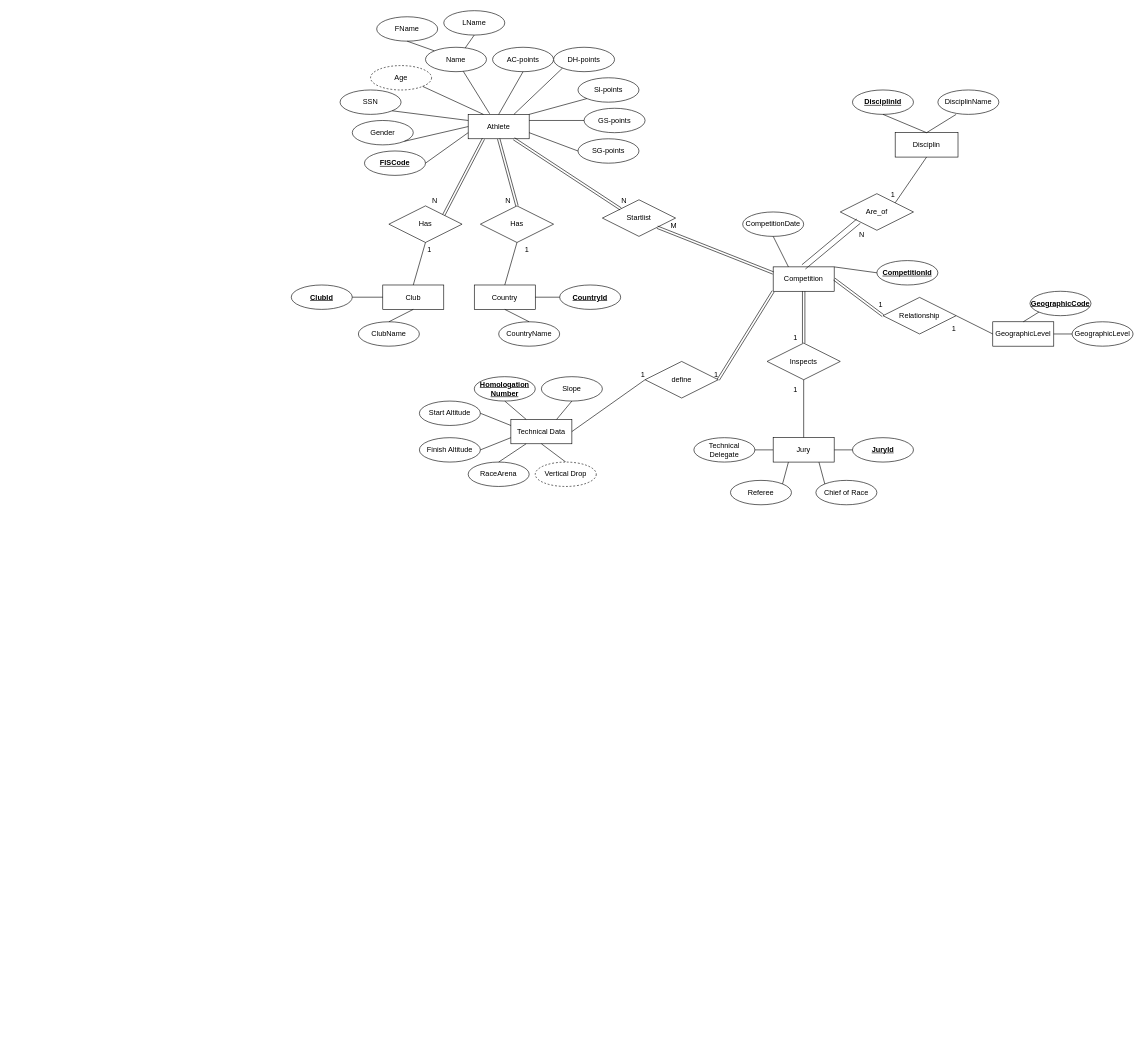
edlu2100/databaser_projekt keeps this draw.io diagram as ER.drawio. Above is the earlier version. Source tidied: cells renumbered, new cells numbered last; positions are measured from the earlier drawing's top-left corner, leaving out a move shared by most shapes. Both pictures are drawn from the tidied source at 61%, with x=0, y=0 at pixel (291, 10).
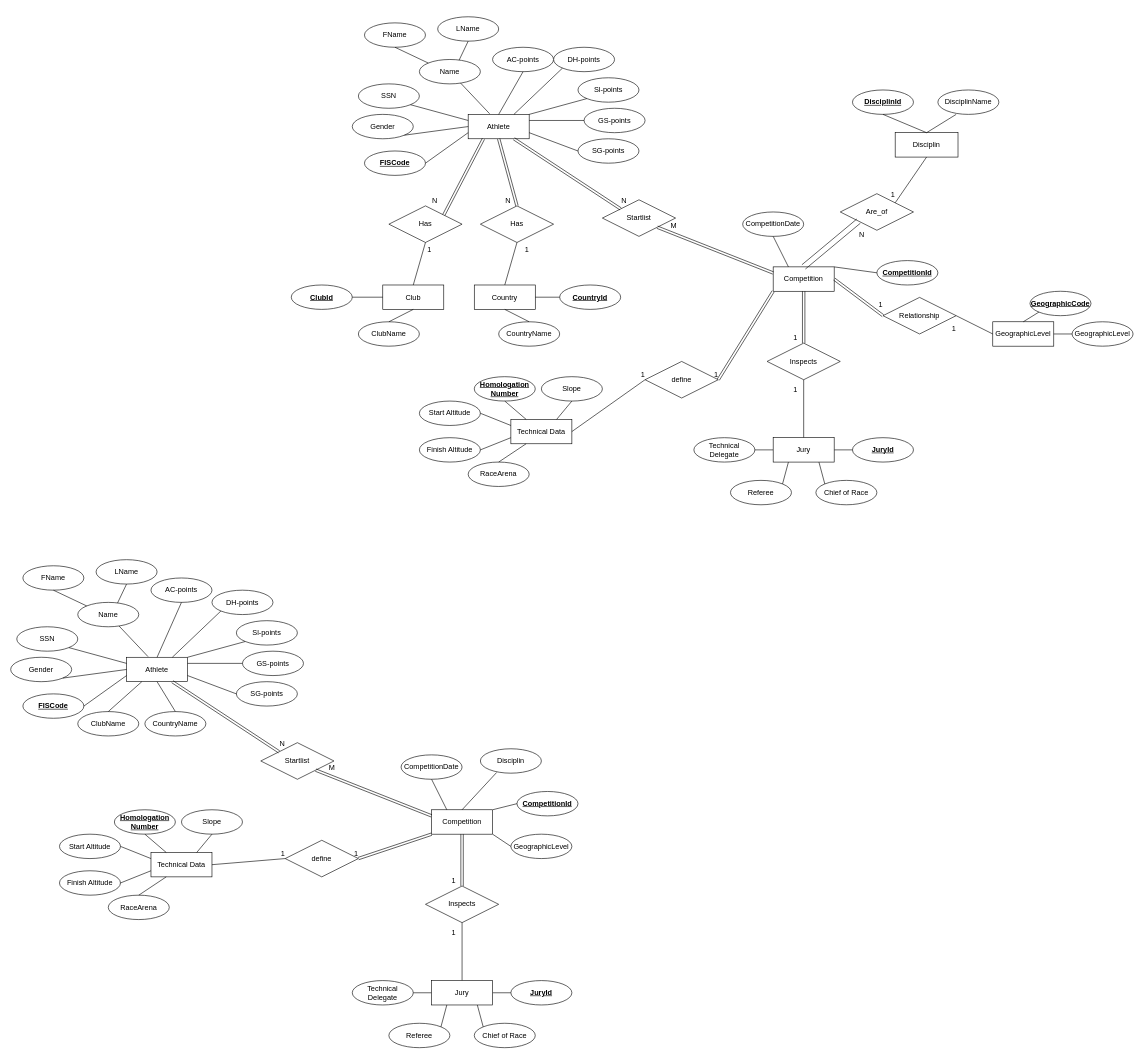
The same page after the edit.

Unchanged cells that the change refers to:
```xml
<mxCell id="2" value="Athlete" style="whiteSpace=wrap;html=1;align=center;" parent="1" vertex="1">
  <mxGeometry x="290" y="170" width="100" height="40" as="geometry" />
</mxCell>
<mxCell id="15" value="Technical Data" style="whiteSpace=wrap;html=1;align=center;" parent="1" vertex="1">
  <mxGeometry x="360" y="670" width="100" height="40" as="geometry" />
</mxCell>
```

The edit, as a diff of the source:
```diff
@@
     <mxCell id="4" value="SSN" style="ellipse;whiteSpace=wrap;html=1;align=center;" parent="1" vertex="1">
-      <mxGeometry x="80" y="130" width="100" height="40" as="geometry" />
+      <mxGeometry x="110" y="120" width="100" height="40" as="geometry" />
     </mxCell>
@@
-    <mxCell id="34" style="endArrow=none;html=1;rounded=0;entryX=0.5;entryY=1;entryDx=0;entryDy=0;exitX=0.5;exitY=0;exitDx=0;exitDy=0;" parent="1" edge="1" source="101" target="15">
-      <mxGeometry relative="1" as="geometry" />
-    </mxCell>
-    <mxCell id="35" value="Age" style="ellipse;whiteSpace=wrap;html=1;align=center;dashed=1;" parent="1" vertex="1">
-      <mxGeometry x="130" y="90" width="100" height="40" as="geometry" />
-    </mxCell>
     <mxCell id="36" value="Gender" style="ellipse;whiteSpace=wrap;html=1;align=center;" parent="1" vertex="1">
-      <mxGeometry x="100" y="180" width="100" height="40" as="geometry" />
+      <mxGeometry x="100" y="170" width="100" height="40" as="geometry" />
     </mxCell>
@@
-    <mxCell id="69" style="endArrow=none;html=1;rounded=0;entryX=0.25;entryY=0;entryDx=0;entryDy=0;exitX=1;exitY=1;exitDx=0;exitDy=0;" parent="1" edge="1" source="35" target="2">
-      <mxGeometry relative="1" as="geometry" />
-    </mxCell>
@@
     <mxCell id="95" value="Name" style="ellipse;whiteSpace=wrap;html=1;align=center;" parent="1" vertex="1">
-      <mxGeometry x="220" y="60" width="100" height="40" as="geometry" />
+      <mxGeometry x="210" y="80" width="100" height="40" as="geometry" />
     </mxCell>
     <mxCell id="96" value="LName" style="ellipse;whiteSpace=wrap;html=1;align=center;" parent="1" vertex="1">
-      <mxGeometry x="250" width="100" height="40" as="geometry" />
+      <mxGeometry x="240" y="10" width="100" height="40" as="geometry" />
     </mxCell>
     <mxCell id="97" value="FName" style="ellipse;whiteSpace=wrap;html=1;align=center;" parent="1" vertex="1">
-      <mxGeometry x="140" y="10" width="100" height="40" as="geometry" />
+      <mxGeometry x="120" y="20" width="100" height="40" as="geometry" />
     </mxCell>
@@
-    <mxCell id="101" value="Vertical Drop" style="ellipse;whiteSpace=wrap;html=1;align=center;dashed=1;" parent="1" vertex="1">
-      <mxGeometry x="400" y="740" width="100" height="40" as="geometry" />
-    </mxCell>
@@
+    <mxCell id="109" value="Athlete" style="whiteSpace=wrap;html=1;align=center;" parent="1" vertex="1">
+      <mxGeometry x="-270" y="1060" width="100" height="40" as="geometry" />
+    </mxCell>
+    <mxCell id="110" value="&lt;b&gt;&lt;u&gt;FISCode&lt;/u&gt;&lt;/b&gt;" style="ellipse;whiteSpace=wrap;html=1;align=center;" parent="1" vertex="1">
+      <mxGeometry x="-440" y="1120" width="100" height="40" as="geometry" />
+    </mxCell>
+    <mxCell id="111" value="SSN" style="ellipse;whiteSpace=wrap;html=1;align=center;" parent="1" vertex="1">
+      <mxGeometry x="-450" y="1010" width="100" height="40" as="geometry" />
+    </mxCell>
+    <mxCell id="112" value="Sl-points" style="ellipse;whiteSpace=wrap;html=1;align=center;" parent="1" vertex="1">
+      <mxGeometry x="-90" y="1000" width="100" height="40" as="geometry" />
+    </mxCell>
+    <mxCell id="113" value="GS-points" style="ellipse;whiteSpace=wrap;html=1;align=center;" parent="1" vertex="1">
+      <mxGeometry x="-80" y="1050" width="100" height="40" as="geometry" />
+    </mxCell>
+    <mxCell id="114" value="SG-points" style="ellipse;whiteSpace=wrap;html=1;align=center;" parent="1" vertex="1">
+      <mxGeometry x="-90" y="1100" width="100" height="40" as="geometry" />
+    </mxCell>
+    <mxCell id="115" value="DH-points" style="ellipse;whiteSpace=wrap;html=1;align=center;" parent="1" vertex="1">
+      <mxGeometry x="-130" y="950" width="100" height="40" as="geometry" />
+    </mxCell>
+    <mxCell id="116" value="AC-points" style="ellipse;whiteSpace=wrap;html=1;align=center;" parent="1" vertex="1">
+      <mxGeometry x="-230" y="930" width="100" height="40" as="geometry" />
+    </mxCell>
+    <mxCell id="117" value="Competition" style="whiteSpace=wrap;html=1;align=center;" parent="1" vertex="1">
+      <mxGeometry x="230" y="1310" width="100" height="40" as="geometry" />
+    </mxCell>
+    <mxCell id="118" value="Slope" style="ellipse;whiteSpace=wrap;html=1;align=center;" parent="1" vertex="1">
+      <mxGeometry x="-180" y="1310" width="100" height="40" as="geometry" />
+    </mxCell>
+    <mxCell id="119" value="Technical Delegate" style="ellipse;whiteSpace=wrap;html=1;align=center;" parent="1" vertex="1">
+      <mxGeometry x="100" y="1590" width="100" height="40" as="geometry" />
+    </mxCell>
+    <mxCell id="120" value="Referee" style="ellipse;whiteSpace=wrap;html=1;align=center;" parent="1" vertex="1">
+      <mxGeometry x="160" y="1660" width="100" height="40" as="geometry" />
+    </mxCell>
+    <mxCell id="121" value="Chief&amp;nbsp;of Race" style="ellipse;whiteSpace=wrap;html=1;align=center;" parent="1" vertex="1">
+      <mxGeometry x="300" y="1660" width="100" height="40" as="geometry" />
+    </mxCell>
+    <mxCell id="122" value="Technical Data" style="whiteSpace=wrap;html=1;align=center;" parent="1" vertex="1">
+      <mxGeometry x="-230" y="1380" width="100" height="40" as="geometry" />
+    </mxCell>
+    <mxCell id="123" value="&lt;b&gt;&lt;u&gt;CompetitionId&lt;/u&gt;&lt;/b&gt;" style="ellipse;whiteSpace=wrap;html=1;align=center;" parent="1" vertex="1">
+      <mxGeometry x="370" y="1280" width="100" height="40" as="geometry" />
+    </mxCell>
+    <mxCell id="124" value="&lt;b&gt;&lt;u&gt;JuryId&lt;/u&gt;&lt;/b&gt;" style="ellipse;whiteSpace=wrap;html=1;align=center;" parent="1" vertex="1">
+      <mxGeometry x="360" y="1590" width="100" height="40" as="geometry" />
+    </mxCell>
+    <mxCell id="125" value="CompetitionDate" style="ellipse;whiteSpace=wrap;html=1;align=center;" parent="1" vertex="1">
+      <mxGeometry x="180" y="1220" width="100" height="40" as="geometry" />
+    </mxCell>
+    <mxCell id="126" value="&lt;b&gt;&lt;u&gt;Homologation Number&lt;/u&gt;&lt;/b&gt;" style="ellipse;whiteSpace=wrap;html=1;align=center;" parent="1" vertex="1">
+      <mxGeometry x="-290" y="1310" width="100" height="40" as="geometry" />
+    </mxCell>
+    <mxCell id="127" value="Start Altitude" style="ellipse;whiteSpace=wrap;html=1;align=center;" parent="1" vertex="1">
+      <mxGeometry x="-380" y="1350" width="100" height="40" as="geometry" />
+    </mxCell>
+    <mxCell id="128" value="Finish Altitude" style="ellipse;whiteSpace=wrap;html=1;align=center;" parent="1" vertex="1">
+      <mxGeometry x="-380" y="1410" width="100" height="40" as="geometry" />
+    </mxCell>
+    <mxCell id="129" style="endArrow=none;html=1;rounded=0;entryX=0.5;entryY=1;entryDx=0;entryDy=0;exitX=0.5;exitY=0;exitDx=0;exitDy=0;" parent="1" edge="1" source="109" target="116">
+      <mxGeometry relative="1" as="geometry" />
+    </mxCell>
+    <mxCell id="130" style="endArrow=none;html=1;rounded=0;entryX=0.75;entryY=0;entryDx=0;entryDy=0;exitX=0;exitY=1;exitDx=0;exitDy=0;" parent="1" edge="1" source="115" target="109">
+      <mxGeometry relative="1" as="geometry" />
+    </mxCell>
+    <mxCell id="131" style="endArrow=none;html=1;rounded=0;entryX=1;entryY=0;entryDx=0;entryDy=0;exitX=0;exitY=1;exitDx=0;exitDy=0;" parent="1" edge="1" source="112" target="109">
+      <mxGeometry relative="1" as="geometry" />
+    </mxCell>
+    <mxCell id="132" style="endArrow=none;html=1;rounded=0;exitX=0;exitY=0.5;exitDx=0;exitDy=0;entryX=1;entryY=0.25;entryDx=0;entryDy=0;" parent="1" edge="1" source="113" target="109">
+      <mxGeometry relative="1" as="geometry" />
+    </mxCell>
+    <mxCell id="133" style="endArrow=none;html=1;rounded=0;entryX=1;entryY=0.75;entryDx=0;entryDy=0;exitX=0;exitY=0.5;exitDx=0;exitDy=0;" parent="1" edge="1" source="114" target="109">
+      <mxGeometry relative="1" as="geometry" />
+    </mxCell>
+    <mxCell id="134" style="endArrow=none;html=1;rounded=0;exitX=0;exitY=0.5;exitDx=0;exitDy=0;" parent="1" edge="1">
+      <mxGeometry relative="1" as="geometry">
+        <mxPoint x="230" y="1610" as="sourcePoint" />
+        <mxPoint x="200" y="1610" as="targetPoint" />
+        <Array as="points">
+          <mxPoint x="200" y="1610" />
+        </Array>
+      </mxGeometry>
+    </mxCell>
+    <mxCell id="135" style="endArrow=none;html=1;rounded=0;entryX=0;entryY=0.5;entryDx=0;entryDy=0;exitX=1;exitY=0.5;exitDx=0;exitDy=0;" parent="1" edge="1" target="124">
+      <mxGeometry relative="1" as="geometry">
+        <mxPoint x="330" y="1610" as="sourcePoint" />
+      </mxGeometry>
+    </mxCell>
+    <mxCell id="136" style="endArrow=none;html=1;rounded=0;exitX=0.75;exitY=1;exitDx=0;exitDy=0;entryX=0;entryY=0;entryDx=0;entryDy=0;" parent="1" edge="1" target="121">
+      <mxGeometry relative="1" as="geometry">
+        <mxPoint x="305" y="1630" as="sourcePoint" />
+      </mxGeometry>
+    </mxCell>
+    <mxCell id="137" style="endArrow=none;html=1;rounded=0;entryX=1;entryY=0;entryDx=0;entryDy=0;exitX=0.25;exitY=1;exitDx=0;exitDy=0;" parent="1" edge="1" target="120">
+      <mxGeometry relative="1" as="geometry">
+        <mxPoint x="255" y="1630" as="sourcePoint" />
+      </mxGeometry>
+    </mxCell>
+    <mxCell id="138" style="endArrow=none;html=1;rounded=0;exitX=0.5;exitY=1;exitDx=0;exitDy=0;entryX=0.25;entryY=0;entryDx=0;entryDy=0;" parent="1" edge="1" source="126" target="122">
+      <mxGeometry relative="1" as="geometry" />
+    </mxCell>
+    <mxCell id="139" style="endArrow=none;html=1;rounded=0;exitX=1;exitY=0.5;exitDx=0;exitDy=0;entryX=0;entryY=0.25;entryDx=0;entryDy=0;" parent="1" edge="1" source="127" target="122">
+      <mxGeometry relative="1" as="geometry" />
+    </mxCell>
+    <mxCell id="140" style="endArrow=none;html=1;rounded=0;exitX=1;exitY=0.5;exitDx=0;exitDy=0;entryX=0;entryY=0.75;entryDx=0;entryDy=0;" parent="1" edge="1" source="128" target="122">
+      <mxGeometry relative="1" as="geometry" />
+    </mxCell>
+    <mxCell id="141" value="Gender" style="ellipse;whiteSpace=wrap;html=1;align=center;" parent="1" vertex="1">
+      <mxGeometry x="-460" y="1060" width="100" height="40" as="geometry" />
+    </mxCell>
+    <mxCell id="142" value="ClubName" style="ellipse;whiteSpace=wrap;html=1;align=center;" parent="1" vertex="1">
+      <mxGeometry x="-350" y="1149" width="100" height="40" as="geometry" />
+    </mxCell>
+    <mxCell id="143" value="GeographicLevel" style="ellipse;whiteSpace=wrap;html=1;align=center;" parent="1" vertex="1">
+      <mxGeometry x="360" y="1350" width="100" height="40" as="geometry" />
+    </mxCell>
+    <mxCell id="144" style="endArrow=none;html=1;rounded=0;entryX=1;entryY=1;entryDx=0;entryDy=0;exitX=0;exitY=0.5;exitDx=0;exitDy=0;" parent="1" edge="1" source="143" target="117">
+      <mxGeometry relative="1" as="geometry" />
+    </mxCell>
+    <mxCell id="145" value="define" style="shape=rhombus;perimeter=rhombusPerimeter;whiteSpace=wrap;html=1;align=center;" parent="1" vertex="1">
+      <mxGeometry x="-10" y="1360" width="120" height="60" as="geometry" />
+    </mxCell>
+    <mxCell id="146" value="Inspects" style="shape=rhombus;perimeter=rhombusPerimeter;whiteSpace=wrap;html=1;align=center;" parent="1" vertex="1">
+      <mxGeometry x="220" y="1435" width="120" height="60" as="geometry" />
+    </mxCell>
+    <mxCell id="147" value="Startlist" style="shape=rhombus;perimeter=rhombusPerimeter;whiteSpace=wrap;html=1;align=center;rotation=0;" parent="1" vertex="1">
+      <mxGeometry x="-50" y="1200" width="120" height="60" as="geometry" />
+    </mxCell>
+    <mxCell id="148" style="shape=link;html=1;rounded=0;entryX=1;entryY=0.5;entryDx=0;entryDy=0;exitX=0;exitY=1;exitDx=0;exitDy=0;" parent="1" edge="1" source="117" target="145">
+      <mxGeometry relative="1" as="geometry" />
+    </mxCell>
+    <mxCell id="149" value="1" style="html=1;align=right;verticalAlign=bottom;" parent="148" vertex="1">
+      <mxGeometry x="1" relative="1" as="geometry" />
+    </mxCell>
+    <mxCell id="150" style="endArrow=none;html=1;rounded=0;entryX=0;entryY=0.5;entryDx=0;entryDy=0;exitX=1;exitY=0.5;exitDx=0;exitDy=0;" parent="1" edge="1" source="122" target="145">
+      <mxGeometry relative="1" as="geometry" />
+    </mxCell>
+    <mxCell id="151" value="1" style="html=1;align=right;verticalAlign=bottom;" parent="150" vertex="1">
+      <mxGeometry x="1" relative="1" as="geometry" />
+    </mxCell>
+    <mxCell id="152" style="shape=link;html=1;rounded=0;entryX=0.5;entryY=0;entryDx=0;entryDy=0;exitX=0.5;exitY=1;exitDx=0;exitDy=0;" parent="1" edge="1" source="117" target="146">
+      <mxGeometry relative="1" as="geometry" />
+    </mxCell>
+    <mxCell id="153" value="1" style="html=1;align=right;verticalAlign=bottom;" parent="152" vertex="1">
+      <mxGeometry x="1" relative="1" as="geometry">
+        <mxPoint x="-10" as="offset" />
+      </mxGeometry>
+    </mxCell>
+    <mxCell id="154" style="endArrow=none;html=1;rounded=0;entryX=0.5;entryY=1;entryDx=0;entryDy=0;exitX=0.5;exitY=0;exitDx=0;exitDy=0;" parent="1" edge="1" target="146">
+      <mxGeometry relative="1" as="geometry">
+        <mxPoint x="280" y="1590" as="sourcePoint" />
+      </mxGeometry>
+    </mxCell>
+    <mxCell id="155" value="1" style="html=1;align=right;verticalAlign=bottom;" parent="154" vertex="1">
+      <mxGeometry x="1" relative="1" as="geometry">
+        <mxPoint x="-10" y="25" as="offset" />
+      </mxGeometry>
+    </mxCell>
+    <mxCell id="156" style="endArrow=none;html=1;rounded=0;exitX=0;exitY=0.5;exitDx=0;exitDy=0;entryX=1;entryY=0;entryDx=0;entryDy=0;" parent="1" edge="1" source="123" target="117">
+      <mxGeometry relative="1" as="geometry" />
+    </mxCell>
+    <mxCell id="157" style="endArrow=none;html=1;rounded=0;exitX=0.5;exitY=1;exitDx=0;exitDy=0;entryX=0.25;entryY=0;entryDx=0;entryDy=0;" parent="1" edge="1" source="125" target="117">
+      <mxGeometry relative="1" as="geometry" />
+    </mxCell>
+    <mxCell id="158" style="endArrow=none;html=1;rounded=0;exitX=0.5;exitY=1;exitDx=0;exitDy=0;entryX=0.75;entryY=0;entryDx=0;entryDy=0;" parent="1" edge="1" source="118" target="122">
+      <mxGeometry relative="1" as="geometry" />
+    </mxCell>
+    <mxCell id="159" value="CountryName" style="ellipse;whiteSpace=wrap;html=1;align=center;" parent="1" vertex="1">
+      <mxGeometry x="-240" y="1149" width="100" height="40" as="geometry" />
+    </mxCell>
+    <mxCell id="160" style="endArrow=none;html=1;rounded=0;entryX=0;entryY=0.75;entryDx=0;entryDy=0;exitX=1;exitY=0.5;exitDx=0;exitDy=0;" parent="1" edge="1" source="110" target="109">
+      <mxGeometry relative="1" as="geometry" />
+    </mxCell>
+    <mxCell id="161" style="endArrow=none;html=1;rounded=0;exitX=1;exitY=1;exitDx=0;exitDy=0;entryX=0;entryY=0.5;entryDx=0;entryDy=0;" parent="1" edge="1" source="141" target="109">
+      <mxGeometry relative="1" as="geometry" />
+    </mxCell>
+    <mxCell id="162" style="endArrow=none;html=1;rounded=0;entryX=0;entryY=0.25;entryDx=0;entryDy=0;exitX=1;exitY=1;exitDx=0;exitDy=0;" parent="1" edge="1" source="111" target="109">
+      <mxGeometry relative="1" as="geometry" />
+    </mxCell>
+    <mxCell id="163" style="endArrow=none;html=1;rounded=0;entryX=0.5;entryY=0;entryDx=0;entryDy=0;exitX=0.5;exitY=1;exitDx=0;exitDy=0;" parent="1" edge="1" source="109" target="159">
+      <mxGeometry relative="1" as="geometry" />
+    </mxCell>
+    <mxCell id="164" value="Disciplin" style="ellipse;whiteSpace=wrap;html=1;align=center;" parent="1" vertex="1">
+      <mxGeometry x="310" y="1210" width="100" height="40" as="geometry" />
+    </mxCell>
+    <mxCell id="165" style="endArrow=none;html=1;rounded=0;exitX=0.5;exitY=0;exitDx=0;exitDy=0;entryX=0.267;entryY=0.971;entryDx=0;entryDy=0;entryPerimeter=0;" parent="1" edge="1" source="117" target="164">
+      <mxGeometry relative="1" as="geometry" />
+    </mxCell>
+    <mxCell id="166" style="endArrow=none;html=1;rounded=0;entryX=0.5;entryY=0;entryDx=0;entryDy=0;exitX=0.25;exitY=1;exitDx=0;exitDy=0;" parent="1" edge="1" source="109" target="142">
+      <mxGeometry relative="1" as="geometry" />
+    </mxCell>
+    <mxCell id="167" value="Name" style="ellipse;whiteSpace=wrap;html=1;align=center;" parent="1" vertex="1">
+      <mxGeometry x="-350" y="970" width="100" height="40" as="geometry" />
+    </mxCell>
+    <mxCell id="168" value="LName" style="ellipse;whiteSpace=wrap;html=1;align=center;" parent="1" vertex="1">
+      <mxGeometry x="-320" y="900" width="100" height="40" as="geometry" />
+    </mxCell>
+    <mxCell id="169" value="FName" style="ellipse;whiteSpace=wrap;html=1;align=center;" parent="1" vertex="1">
+      <mxGeometry x="-440" y="910" width="100" height="40" as="geometry" />
+    </mxCell>
+    <mxCell id="170" style="endArrow=none;html=1;rounded=0;entryX=0.5;entryY=1;entryDx=0;entryDy=0;exitX=0.652;exitY=0.025;exitDx=0;exitDy=0;exitPerimeter=0;" parent="1" edge="1" source="167" target="168">
+      <mxGeometry relative="1" as="geometry" />
+    </mxCell>
+    <mxCell id="171" style="endArrow=none;html=1;rounded=0;entryX=0.5;entryY=1;entryDx=0;entryDy=0;exitX=0;exitY=0;exitDx=0;exitDy=0;" parent="1" edge="1" source="167" target="169">
+      <mxGeometry relative="1" as="geometry" />
+    </mxCell>
+    <mxCell id="172" style="endArrow=none;html=1;rounded=0;entryX=0.352;entryY=-0.025;entryDx=0;entryDy=0;entryPerimeter=0;" parent="1" edge="1" source="167" target="109">
+      <mxGeometry relative="1" as="geometry" />
+    </mxCell>
+    <mxCell id="173" value="RaceArena" style="ellipse;whiteSpace=wrap;html=1;align=center;" parent="1" vertex="1">
+      <mxGeometry x="-300" y="1450" width="100" height="40" as="geometry" />
+    </mxCell>
+    <mxCell id="174" style="endArrow=none;html=1;rounded=0;entryX=0.25;entryY=1;entryDx=0;entryDy=0;exitX=0.5;exitY=0;exitDx=0;exitDy=0;" parent="1" edge="1" source="173" target="122">
+      <mxGeometry relative="1" as="geometry" />
+    </mxCell>
+    <mxCell id="175" style="shape=link;html=1;rounded=0;exitX=0.75;exitY=1;exitDx=0;exitDy=0;entryX=0;entryY=0;entryDx=0;entryDy=0;" parent="1" edge="1" source="109" target="147">
+      <mxGeometry relative="1" as="geometry" />
+    </mxCell>
+    <mxCell id="176" value="N" style="html=1;align=right;verticalAlign=bottom;" parent="175" vertex="1">
+      <mxGeometry x="1" relative="1" as="geometry">
+        <mxPoint x="10" y="-5" as="offset" />
+      </mxGeometry>
+    </mxCell>
+    <mxCell id="177" style="shape=link;html=1;rounded=0;exitX=1;exitY=1;exitDx=0;exitDy=0;entryX=0;entryY=0.25;entryDx=0;entryDy=0;" parent="1" edge="1" source="147" target="117">
+      <mxGeometry relative="1" as="geometry" />
+    </mxCell>
+    <mxCell id="178" value="M" style="html=1;align=left;verticalAlign=bottom;" parent="177" vertex="1">
+      <mxGeometry x="-1" relative="1" as="geometry">
+        <mxPoint x="20" y="5" as="offset" />
+      </mxGeometry>
+    </mxCell>
+    <mxCell id="179" value="Jury" style="whiteSpace=wrap;html=1;align=center;" parent="1" vertex="1">
+      <mxGeometry x="230" y="1590" width="100" height="40" as="geometry" />
+    </mxCell>
```
